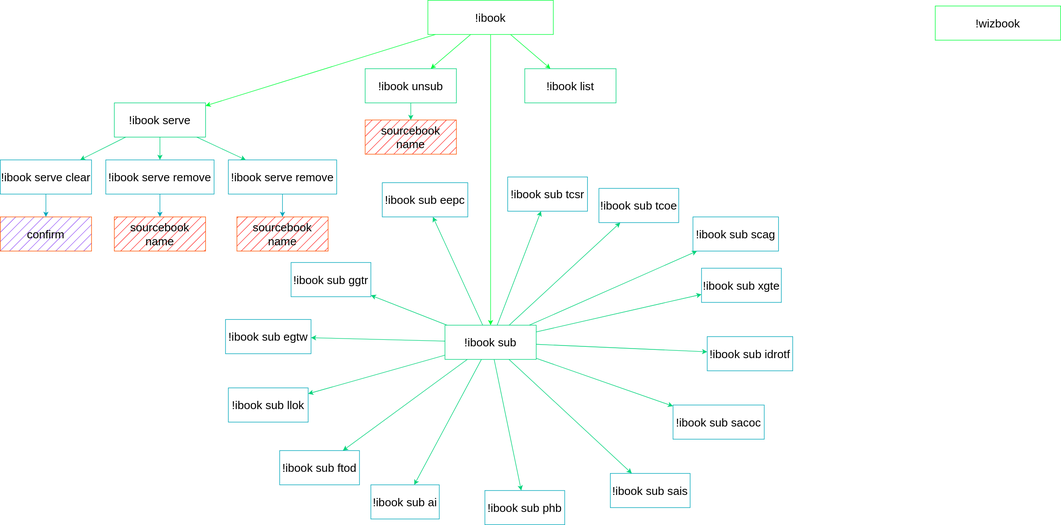
SethHartman13/Magic-Book-Library keeps this draw.io diagram as Design/Senior Project.svg. Above is the earlier version. Source tidied: cells renumbered, new cells last; positions are measured from the earlier drawing's top-left corner, leaving out a move shared by most shapes.
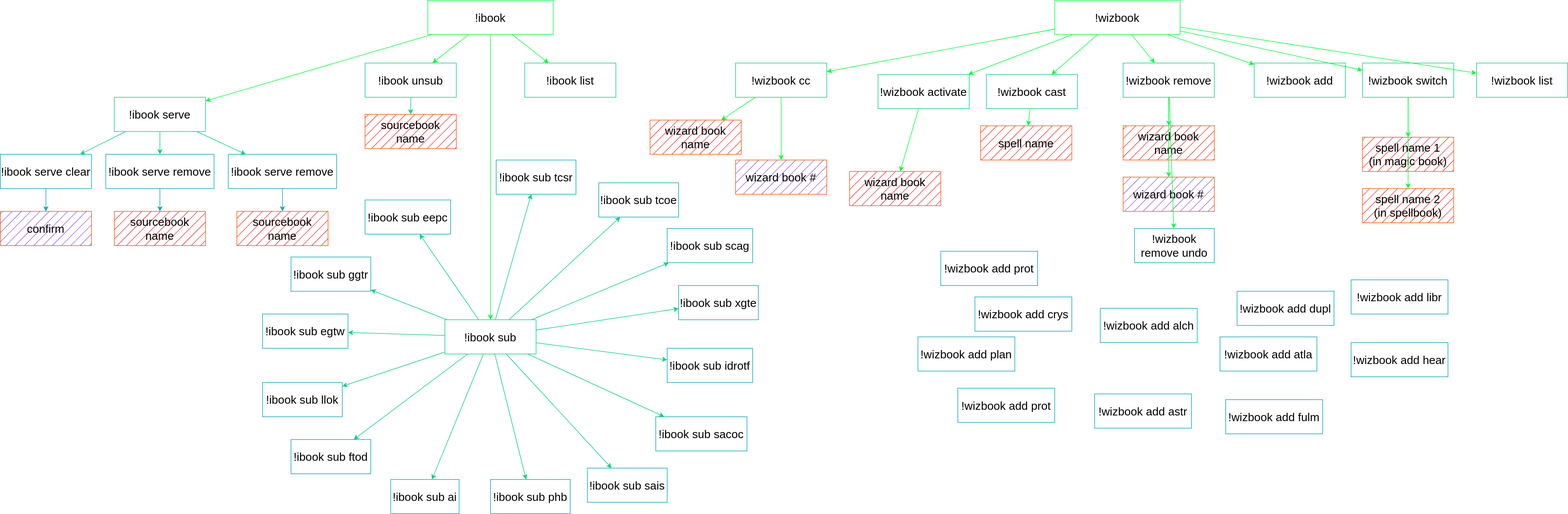
The same diagram one commit later.

The edit, as a diff of the source:
```diff
@@ -3,7 +3,7 @@
     <mxCell id="0" />
     <mxCell id="1" parent="0" />
     <mxCell id="2" value="&lt;font style=&quot;font-size: 20px;&quot;&gt;!ibook&lt;/font&gt;" style="rounded=0;whiteSpace=wrap;html=1;strokeColor=#00ff3c;" parent="1" vertex="1">
-      <mxGeometry x="750" width="220" height="60" as="geometry" />
+      <mxGeometry x="750" y="10" width="220" height="60" as="geometry" />
     </mxCell>
     <mxCell id="3" value="&lt;font style=&quot;font-size: 20px;&quot;&gt;!ibook serve&lt;br&gt;&lt;/font&gt;" style="rounded=0;whiteSpace=wrap;html=1;strokeColor=#00d37b;" parent="1" vertex="1">
       <mxGeometry x="200" y="180" width="160" height="60" as="geometry" />
@@ -54,46 +54,46 @@
       <mxGeometry x="780" y="570" width="160" height="60" as="geometry" />
     </mxCell>
     <mxCell id="19" value="&lt;font style=&quot;font-size: 20px;&quot;&gt;!ibook sub ai&lt;br&gt;&lt;/font&gt;" style="rounded=0;whiteSpace=wrap;html=1;strokeColor=#00A7BA;" parent="1" vertex="1">
-      <mxGeometry x="650" y="850" width="120" height="60" as="geometry" />
+      <mxGeometry x="685" y="850" width="120" height="60" as="geometry" />
     </mxCell>
     <mxCell id="20" value="&lt;font style=&quot;font-size: 20px;&quot;&gt;!ibook sub eepc&lt;br&gt;&lt;/font&gt;" style="rounded=0;whiteSpace=wrap;html=1;strokeColor=#00A7BA;" parent="1" vertex="1">
-      <mxGeometry x="670" y="320" width="150" height="60" as="geometry" />
+      <mxGeometry x="640" y="360" width="150" height="60" as="geometry" />
     </mxCell>
     <mxCell id="21" value="&lt;font style=&quot;font-size: 20px;&quot;&gt;!ibook sub ftod&lt;br&gt;&lt;/font&gt;" style="rounded=0;whiteSpace=wrap;html=1;strokeColor=#00A7BA;" parent="1" vertex="1">
-      <mxGeometry x="490" y="790" width="140" height="60" as="geometry" />
+      <mxGeometry x="510" y="780" width="140" height="60" as="geometry" />
     </mxCell>
     <mxCell id="22" value="&lt;font style=&quot;font-size: 20px;&quot;&gt;!ibook sub egtw&lt;br&gt;&lt;/font&gt;" style="rounded=0;whiteSpace=wrap;html=1;strokeColor=#00A7BA;" parent="1" vertex="1">
-      <mxGeometry x="395" y="560" width="150" height="60" as="geometry" />
+      <mxGeometry x="460" y="560" width="150" height="60" as="geometry" />
     </mxCell>
     <mxCell id="23" value="&lt;font style=&quot;font-size: 20px;&quot;&gt;!ibook sub ggtr&lt;br&gt;&lt;/font&gt;" style="rounded=0;whiteSpace=wrap;html=1;strokeColor=#00A7BA;" parent="1" vertex="1">
       <mxGeometry x="510" y="460" width="140" height="60" as="geometry" />
     </mxCell>
     <mxCell id="24" value="&lt;font style=&quot;font-size: 20px;&quot;&gt;!ibook sub idrotf&lt;br&gt;&lt;/font&gt;" style="rounded=0;whiteSpace=wrap;html=1;strokeColor=#00A7BA;" parent="1" vertex="1">
-      <mxGeometry x="1240" y="590" width="150" height="60" as="geometry" />
+      <mxGeometry x="1170" y="620" width="150" height="60" as="geometry" />
     </mxCell>
     <mxCell id="25" value="&lt;font style=&quot;font-size: 20px;&quot;&gt;!ibook sub llok&lt;br&gt;&lt;/font&gt;" style="rounded=0;whiteSpace=wrap;html=1;strokeColor=#00A7BA;" parent="1" vertex="1">
-      <mxGeometry x="400" y="680" width="140" height="60" as="geometry" />
+      <mxGeometry x="460" y="680" width="140" height="60" as="geometry" />
     </mxCell>
     <mxCell id="26" value="&lt;font style=&quot;font-size: 20px;&quot;&gt;!ibook sub phb&lt;br&gt;&lt;/font&gt;" style="rounded=0;whiteSpace=wrap;html=1;strokeColor=#00A7BA;" parent="1" vertex="1">
-      <mxGeometry x="850" y="860" width="140" height="60" as="geometry" />
+      <mxGeometry x="860" y="850" width="140" height="60" as="geometry" />
     </mxCell>
     <mxCell id="27" value="&lt;font style=&quot;font-size: 20px;&quot;&gt;!ibook sub sais&lt;br&gt;&lt;/font&gt;" style="rounded=0;whiteSpace=wrap;html=1;strokeColor=#00A7BA;" parent="1" vertex="1">
-      <mxGeometry x="1070" y="830" width="140" height="60" as="geometry" />
+      <mxGeometry x="1030" y="830" width="140" height="60" as="geometry" />
     </mxCell>
     <mxCell id="28" value="&lt;font style=&quot;font-size: 20px;&quot;&gt;!ibook sub sacoc&lt;br&gt;&lt;/font&gt;" style="rounded=0;whiteSpace=wrap;html=1;strokeColor=#00A7BA;" parent="1" vertex="1">
-      <mxGeometry x="1180" y="710" width="160" height="60" as="geometry" />
+      <mxGeometry x="1150" y="740" width="160" height="60" as="geometry" />
     </mxCell>
     <mxCell id="29" value="&lt;font style=&quot;font-size: 20px;&quot;&gt;!ibook sub scag&lt;br&gt;&lt;/font&gt;" style="rounded=0;whiteSpace=wrap;html=1;strokeColor=#00A7BA;" parent="1" vertex="1">
-      <mxGeometry x="1215" y="380" width="150" height="60" as="geometry" />
+      <mxGeometry x="1170" y="410" width="150" height="60" as="geometry" />
     </mxCell>
     <mxCell id="30" value="&lt;font style=&quot;font-size: 20px;&quot;&gt;!ibook sub tcsr&lt;br&gt;&lt;/font&gt;" style="rounded=0;whiteSpace=wrap;html=1;strokeColor=#00A7BA;" parent="1" vertex="1">
-      <mxGeometry x="890" y="310" width="140" height="60" as="geometry" />
+      <mxGeometry x="870" y="290" width="140" height="60" as="geometry" />
     </mxCell>
     <mxCell id="31" value="&lt;font style=&quot;font-size: 20px;&quot;&gt;!ibook sub tcoe&lt;br&gt;&lt;/font&gt;" style="rounded=0;whiteSpace=wrap;html=1;strokeColor=#00A7BA;" parent="1" vertex="1">
       <mxGeometry x="1050" y="330" width="140" height="60" as="geometry" />
     </mxCell>
     <mxCell id="32" value="&lt;font style=&quot;font-size: 20px;&quot;&gt;!ibook sub xgte&lt;br&gt;&lt;/font&gt;" style="rounded=0;whiteSpace=wrap;html=1;strokeColor=#00A7BA;" parent="1" vertex="1">
-      <mxGeometry x="1230" y="470" width="140" height="60" as="geometry" />
+      <mxGeometry x="1190" y="510" width="140" height="60" as="geometry" />
     </mxCell>
     <mxCell id="33" style="endArrow=classic;html=1;rounded=0;strokeColor=#00D37B;" parent="1" edge="1" source="18" target="19">
       <mxGeometry relative="1" as="geometry" />
@@ -138,7 +138,7 @@
       <mxGeometry relative="1" as="geometry" />
     </mxCell>
     <mxCell id="47" value="&lt;font style=&quot;font-size: 20px;&quot;&gt;!wizbook&lt;br&gt;&lt;/font&gt;" style="rounded=0;whiteSpace=wrap;html=1;strokeColor=#00ff3c;" parent="1" vertex="1">
-      <mxGeometry x="1640" y="10" width="220" height="60" as="geometry" />
+      <mxGeometry x="1850" y="10" width="220" height="60" as="geometry" />
     </mxCell>
     <mxCell id="48" value="&lt;font style=&quot;font-size: 20px;&quot;&gt;!ibook unsub&lt;br&gt;&lt;/font&gt;" style="rounded=0;whiteSpace=wrap;html=1;strokeColor=#00d37b;" parent="1" vertex="1">
       <mxGeometry x="640" y="120" width="160" height="60" as="geometry" />
@@ -158,5 +158,134 @@
     <mxCell id="53" style="endArrow=classic;html=1;rounded=0;strokeColor=#00D37B;" parent="1" edge="1" source="48" target="52">
       <mxGeometry relative="1" as="geometry" />
     </mxCell>
+    <mxCell id="54" value="&lt;font style=&quot;font-size: 20px;&quot;&gt;!wizbook add&lt;br&gt;&lt;/font&gt;" style="rounded=0;whiteSpace=wrap;html=1;strokeColor=#00d37b;" parent="1" vertex="1">
+      <mxGeometry x="2200" y="120" width="160" height="60" as="geometry" />
+    </mxCell>
+    <mxCell id="55" value="&lt;font style=&quot;font-size: 20px;&quot;&gt;!wizbook activate&lt;br&gt;&lt;/font&gt;" style="rounded=0;whiteSpace=wrap;html=1;strokeColor=#00d37b;" parent="1" vertex="1">
+      <mxGeometry x="1540" y="140" width="160" height="60" as="geometry" />
+    </mxCell>
+    <mxCell id="56" value="&lt;font style=&quot;font-size: 20px;&quot;&gt;!wizbook cast&lt;br&gt;&lt;/font&gt;" style="rounded=0;whiteSpace=wrap;html=1;strokeColor=#00d37b;" parent="1" vertex="1">
+      <mxGeometry x="1730" y="140" width="160" height="60" as="geometry" />
+    </mxCell>
+    <mxCell id="57" value="&lt;font style=&quot;font-size: 20px;&quot;&gt;wizard book name&lt;br&gt;&lt;/font&gt;" style="rounded=0;whiteSpace=wrap;html=1;strokeColor=#ff5500;fillColor=#ff0000;fillStyle=hatch;gradientColor=none;" parent="1" vertex="1">
+      <mxGeometry x="1490" y="310" width="160" height="60" as="geometry" />
+    </mxCell>
+    <mxCell id="58" value="&lt;font style=&quot;font-size: 20px;&quot;&gt;spell name&lt;br&gt;&lt;/font&gt;" style="rounded=0;whiteSpace=wrap;html=1;strokeColor=#ff5500;fillColor=#ff0000;fillStyle=hatch;gradientColor=none;" parent="1" vertex="1">
+      <mxGeometry x="1720" y="230" width="160" height="60" as="geometry" />
+    </mxCell>
+    <mxCell id="59" value="&lt;font style=&quot;font-size: 20px;&quot;&gt;!wizbook remove&lt;br&gt;&lt;/font&gt;" style="rounded=0;whiteSpace=wrap;html=1;strokeColor=#00d37b;" parent="1" vertex="1">
+      <mxGeometry x="1970" y="120" width="160" height="60" as="geometry" />
+    </mxCell>
+    <mxCell id="60" value="&lt;font style=&quot;font-size: 20px;&quot;&gt;wizard book name&lt;br&gt;&lt;/font&gt;" style="rounded=0;whiteSpace=wrap;html=1;strokeColor=#ff5500;fillColor=#ff0000;fillStyle=hatch;gradientColor=none;" parent="1" vertex="1">
+      <mxGeometry x="1970" y="230" width="160" height="60" as="geometry" />
+    </mxCell>
+    <mxCell id="61" value="&lt;font style=&quot;font-size: 20px;&quot;&gt;wizard book #&lt;br&gt;&lt;/font&gt;" style="rounded=0;whiteSpace=wrap;html=1;strokeColor=#ff5500;fillColor=#8236f5;fillStyle=hatch;gradientColor=none;" parent="1" vertex="1">
+      <mxGeometry x="1970" y="320" width="160" height="60" as="geometry" />
+    </mxCell>
+    <mxCell id="62" value="&lt;font style=&quot;font-size: 20px;&quot;&gt;!wizbook remove undo&lt;br&gt;&lt;/font&gt;" style="rounded=0;whiteSpace=wrap;html=1;strokeColor=#00A7BA;" parent="1" vertex="1">
+      <mxGeometry x="1990" y="410" width="140" height="60" as="geometry" />
+    </mxCell>
+    <mxCell id="63" value="&lt;font style=&quot;font-size: 20px;&quot;&gt;!wizbook cc&lt;br&gt;&lt;/font&gt;" style="rounded=0;whiteSpace=wrap;html=1;strokeColor=#00d37b;" parent="1" vertex="1">
+      <mxGeometry x="1290" y="120" width="160" height="60" as="geometry" />
+    </mxCell>
+    <mxCell id="64" value="&lt;font style=&quot;font-size: 20px;&quot;&gt;wizard book name&lt;br&gt;&lt;/font&gt;" style="rounded=0;whiteSpace=wrap;html=1;strokeColor=#ff5500;fillColor=#ff0000;fillStyle=hatch;gradientColor=none;" parent="1" vertex="1">
+      <mxGeometry x="1140" y="220" width="160" height="60" as="geometry" />
+    </mxCell>
+    <mxCell id="65" value="&lt;font style=&quot;font-size: 20px;&quot;&gt;wizard book #&lt;br&gt;&lt;/font&gt;" style="rounded=0;whiteSpace=wrap;html=1;strokeColor=#ff5500;fillColor=#8236f5;fillStyle=hatch;gradientColor=none;" parent="1" vertex="1">
+      <mxGeometry x="1290" y="290" width="160" height="60" as="geometry" />
+    </mxCell>
+    <mxCell id="66" value="&lt;font style=&quot;font-size: 20px;&quot;&gt;!wizbook switch&lt;br&gt;&lt;/font&gt;" style="rounded=0;whiteSpace=wrap;html=1;strokeColor=#00d37b;" parent="1" vertex="1">
+      <mxGeometry x="2390" y="120" width="160" height="60" as="geometry" />
+    </mxCell>
+    <mxCell id="67" value="&lt;font style=&quot;font-size: 20px;&quot;&gt;!wizbook list&lt;br&gt;&lt;/font&gt;" style="rounded=0;whiteSpace=wrap;html=1;strokeColor=#00d37b;" parent="1" vertex="1">
+      <mxGeometry x="2590" y="120" width="160" height="60" as="geometry" />
+    </mxCell>
+    <mxCell id="68" style="endArrow=classic;html=1;rounded=0;strokeColor=#00FF3C;" parent="1" edge="1" source="47" target="63">
+      <mxGeometry relative="1" as="geometry" />
+    </mxCell>
+    <mxCell id="69" style="endArrow=classic;html=1;rounded=0;strokeColor=#00FF3C;" parent="1" edge="1" source="47" target="55">
+      <mxGeometry relative="1" as="geometry" />
+    </mxCell>
+    <mxCell id="70" style="endArrow=classic;html=1;rounded=0;strokeColor=#00FF3C;" parent="1" edge="1" source="47" target="56">
+      <mxGeometry relative="1" as="geometry" />
+    </mxCell>
+    <mxCell id="71" style="endArrow=classic;html=1;rounded=0;strokeColor=#00FF3C;" parent="1" edge="1" source="47" target="59">
+      <mxGeometry relative="1" as="geometry" />
+    </mxCell>
+    <mxCell id="72" style="endArrow=classic;html=1;rounded=0;strokeColor=#00FF3C;" parent="1" edge="1" source="47" target="54">
+      <mxGeometry relative="1" as="geometry" />
+    </mxCell>
+    <mxCell id="73" style="endArrow=classic;html=1;rounded=0;strokeColor=#00FF3C;" parent="1" edge="1" source="47" target="66">
+      <mxGeometry relative="1" as="geometry" />
+    </mxCell>
+    <mxCell id="74" style="endArrow=classic;html=1;rounded=0;strokeColor=#00FF3C;" parent="1" edge="1" source="47" target="67">
+      <mxGeometry relative="1" as="geometry" />
+    </mxCell>
+    <mxCell id="75" value="&lt;font style=&quot;font-size: 20px;&quot;&gt;spell name 1 &lt;br&gt;(in magic book)&lt;br&gt;&lt;/font&gt;" style="rounded=0;whiteSpace=wrap;html=1;strokeColor=#ff5500;fillColor=#ff0000;fillStyle=hatch;gradientColor=none;" parent="1" vertex="1">
+      <mxGeometry x="2390" y="250" width="160" height="60" as="geometry" />
+    </mxCell>
+    <mxCell id="76" value="&lt;font style=&quot;font-size: 20px;&quot;&gt;spell name 2&lt;br&gt;(in spellbook)&lt;br&gt;&lt;/font&gt;" style="rounded=0;whiteSpace=wrap;html=1;strokeColor=#ff5500;fillColor=#ff0000;fillStyle=hatch;gradientColor=none;" parent="1" vertex="1">
+      <mxGeometry x="2390" y="340" width="160" height="60" as="geometry" />
+    </mxCell>
+    <mxCell id="77" style="endArrow=classic;html=1;rounded=0;strokeColor=#00FF3C;" parent="1" edge="1" source="63" target="65">
+      <mxGeometry relative="1" as="geometry" />
+    </mxCell>
+    <mxCell id="78" style="endArrow=classic;html=1;rounded=0;strokeColor=#00FF3C;" parent="1" edge="1" source="63" target="64">
+      <mxGeometry relative="1" as="geometry" />
+    </mxCell>
+    <mxCell id="79" style="endArrow=classic;html=1;rounded=0;strokeColor=#00FF3C;" parent="1" edge="1" source="55" target="57">
+      <mxGeometry relative="1" as="geometry" />
+    </mxCell>
+    <mxCell id="80" style="endArrow=classic;html=1;rounded=0;strokeColor=#00FF3C;" parent="1" edge="1" source="56" target="58">
+      <mxGeometry relative="1" as="geometry" />
+    </mxCell>
+    <mxCell id="81" style="endArrow=classic;html=1;rounded=0;strokeColor=#00FF3C;" parent="1" edge="1" source="59" target="60">
+      <mxGeometry relative="1" as="geometry" />
+    </mxCell>
+    <mxCell id="82" style="endArrow=classic;html=1;rounded=0;strokeColor=#00FF3C;" parent="1" edge="1" source="59" target="61">
+      <mxGeometry relative="1" as="geometry" />
+    </mxCell>
+    <mxCell id="83" style="endArrow=classic;html=1;rounded=0;strokeColor=#00FF3C;" parent="1" edge="1" source="59" target="62">
+      <mxGeometry relative="1" as="geometry" />
+    </mxCell>
+    <mxCell id="84" style="endArrow=classic;html=1;rounded=0;strokeColor=#00FF3C;" parent="1" edge="1" source="66" target="75">
+      <mxGeometry relative="1" as="geometry" />
+    </mxCell>
+    <mxCell id="85" style="endArrow=classic;html=1;rounded=0;strokeColor=#00FF3C;" parent="1" edge="1" source="66" target="76">
+      <mxGeometry relative="1" as="geometry" />
+    </mxCell>
+    <mxCell id="86" value="&lt;font style=&quot;font-size: 20px;&quot;&gt;!wizbook add alch&lt;br&gt;&lt;/font&gt;" style="rounded=0;whiteSpace=wrap;html=1;strokeColor=#00A7BA;" parent="1" vertex="1">
+      <mxGeometry x="1930" y="550" width="170" height="60" as="geometry" />
+    </mxCell>
+    <mxCell id="87" value="&lt;font style=&quot;font-size: 20px;&quot;&gt;!wizbook add astr&lt;br&gt;&lt;/font&gt;" style="rounded=0;whiteSpace=wrap;html=1;strokeColor=#00A7BA;" parent="1" vertex="1">
+      <mxGeometry x="1920" y="700" width="170" height="60" as="geometry" />
+    </mxCell>
+    <mxCell id="88" value="&lt;font style=&quot;font-size: 20px;&quot;&gt;!wizbook add atla&lt;br&gt;&lt;/font&gt;" style="rounded=0;whiteSpace=wrap;html=1;strokeColor=#00A7BA;" parent="1" vertex="1">
+      <mxGeometry x="2140" y="600" width="170" height="60" as="geometry" />
+    </mxCell>
+    <mxCell id="89" value="&lt;font style=&quot;font-size: 20px;&quot;&gt;!wizbook add dupl&lt;br&gt;&lt;/font&gt;" style="rounded=0;whiteSpace=wrap;html=1;strokeColor=#00A7BA;" parent="1" vertex="1">
+      <mxGeometry x="2170" y="520" width="170" height="60" as="geometry" />
+    </mxCell>
+    <mxCell id="90" value="&lt;font style=&quot;font-size: 20px;&quot;&gt;!wizbook add fulm&lt;br&gt;&lt;/font&gt;" style="rounded=0;whiteSpace=wrap;html=1;strokeColor=#00A7BA;" parent="1" vertex="1">
+      <mxGeometry x="2150" y="710" width="170" height="60" as="geometry" />
+    </mxCell>
+    <mxCell id="91" value="&lt;font style=&quot;font-size: 20px;&quot;&gt;!wizbook add hear&lt;br&gt;&lt;/font&gt;" style="rounded=0;whiteSpace=wrap;html=1;strokeColor=#00A7BA;" parent="1" vertex="1">
+      <mxGeometry x="2370" y="610" width="170" height="60" as="geometry" />
+    </mxCell>
+    <mxCell id="92" value="&lt;font style=&quot;font-size: 20px;&quot;&gt;!wizbook add libr&lt;br&gt;&lt;/font&gt;" style="rounded=0;whiteSpace=wrap;html=1;strokeColor=#00A7BA;" parent="1" vertex="1">
+      <mxGeometry x="2370" y="500" width="170" height="60" as="geometry" />
+    </mxCell>
+    <mxCell id="93" value="&lt;font style=&quot;font-size: 20px;&quot;&gt;!wizbook add plan&lt;br&gt;&lt;/font&gt;" style="rounded=0;whiteSpace=wrap;html=1;strokeColor=#00A7BA;" parent="1" vertex="1">
+      <mxGeometry x="1610" y="600" width="170" height="60" as="geometry" />
+    </mxCell>
+    <mxCell id="94" value="&lt;font style=&quot;font-size: 20px;&quot;&gt;!wizbook add prot&lt;br&gt;&lt;/font&gt;" style="rounded=0;whiteSpace=wrap;html=1;strokeColor=#00A7BA;" parent="1" vertex="1">
+      <mxGeometry x="1650" y="450" width="170" height="60" as="geometry" />
+    </mxCell>
+    <mxCell id="95" value="&lt;font style=&quot;font-size: 20px;&quot;&gt;!wizbook add prot&lt;br&gt;&lt;/font&gt;" style="rounded=0;whiteSpace=wrap;html=1;strokeColor=#00A7BA;" parent="1" vertex="1">
+      <mxGeometry x="1680" y="690" width="170" height="60" as="geometry" />
+    </mxCell>
+    <mxCell id="96" value="&lt;font style=&quot;font-size: 20px;&quot;&gt;!wizbook add crys&lt;br&gt;&lt;/font&gt;" style="rounded=0;whiteSpace=wrap;html=1;strokeColor=#00A7BA;" parent="1" vertex="1">
+      <mxGeometry x="1710" y="530" width="170" height="60" as="geometry" />
+    </mxCell>
   </root>
 </mxGraphModel>
```
